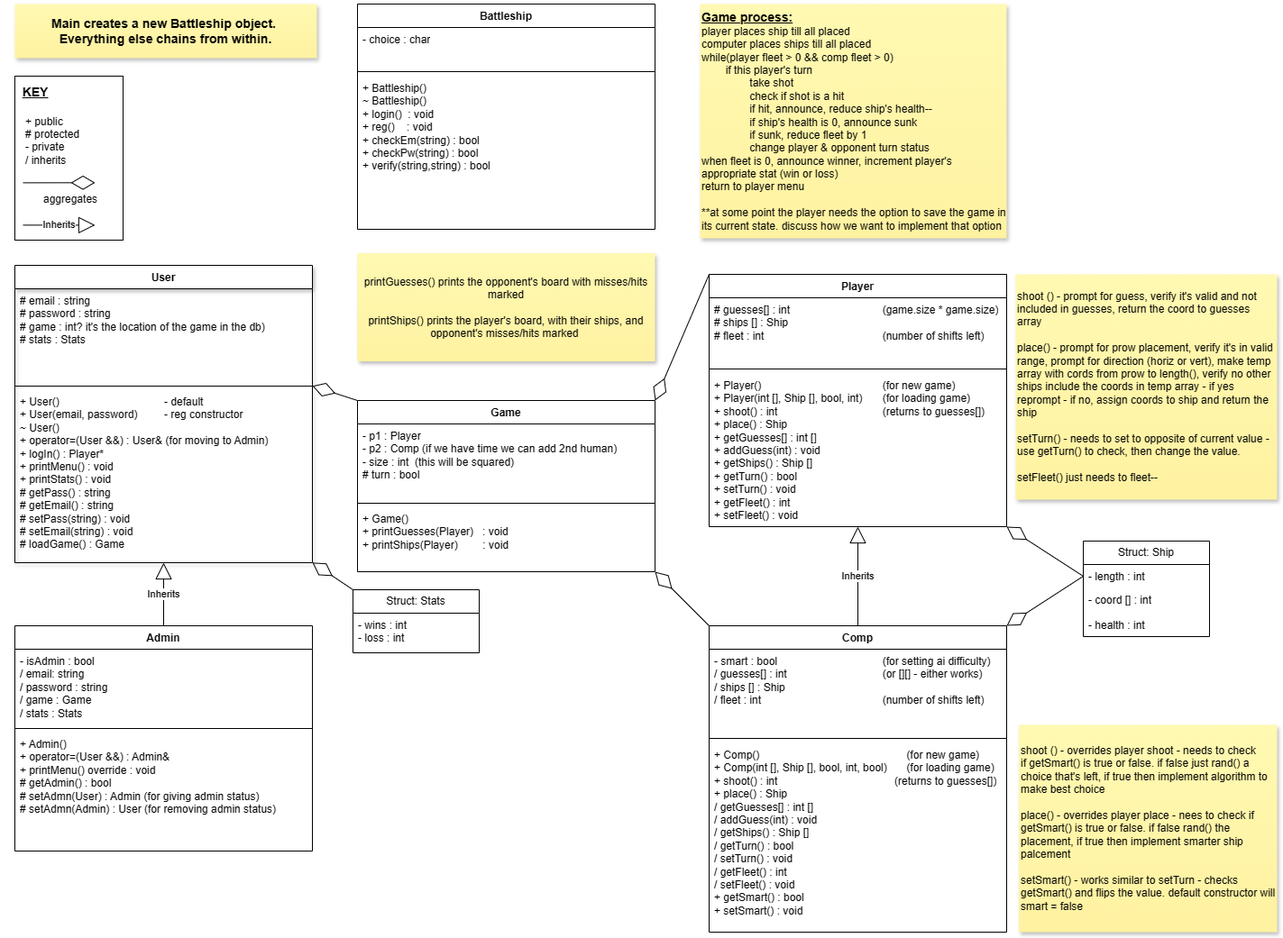
This is BattleshipClasses.drawio.png from StephaniePeacock/Battleship, a draw.io export, as it was before one commit. Source tidied: cells renumbered, new cells last; positions are measured from the earlier drawing's top-left corner, leaving out a move shared by most shapes.
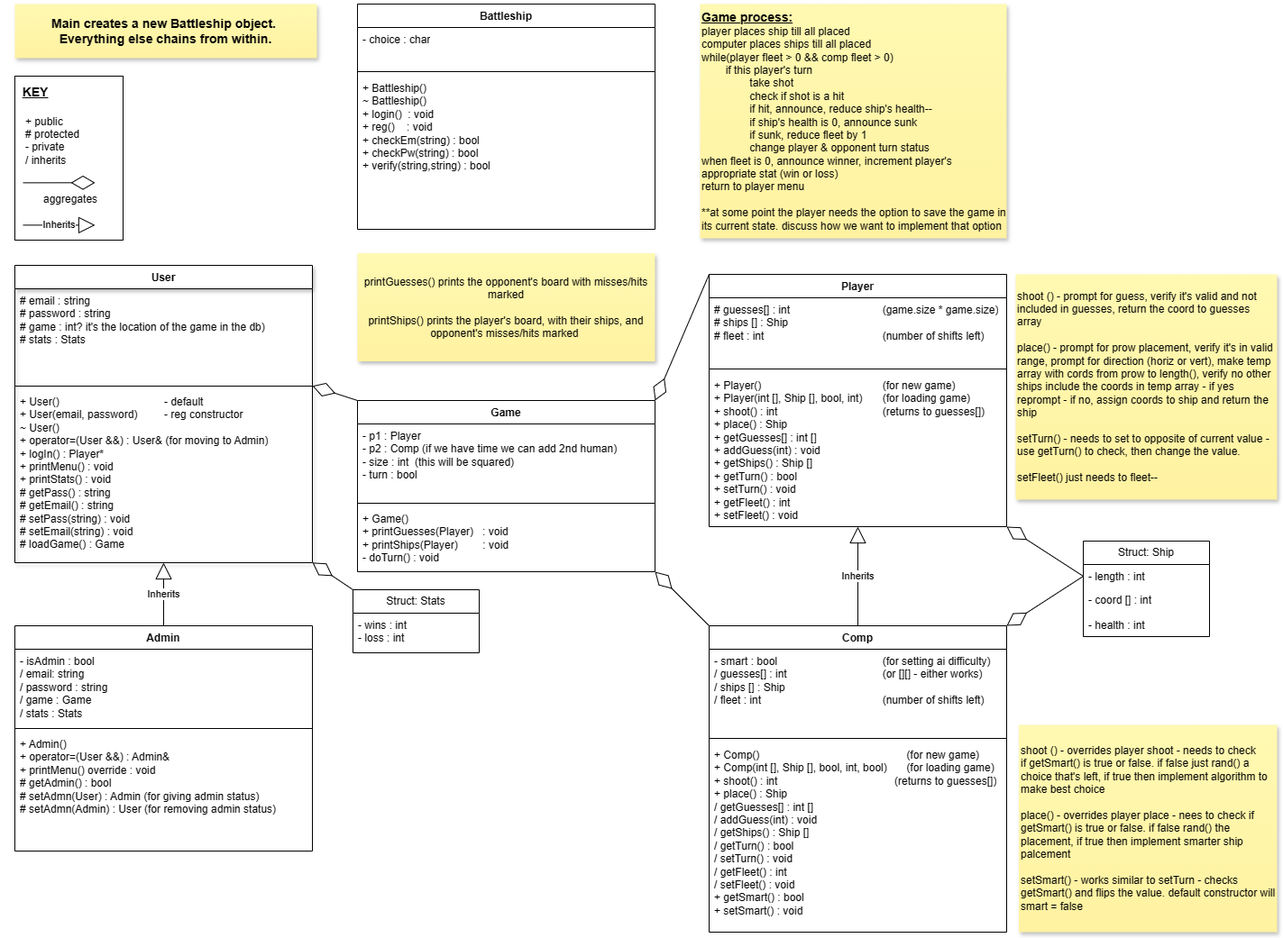
Above is the later version.

Diff of the diagram source:
```diff
@@ -41,13 +41,13 @@
     <mxCell id="14" value="Game" style="swimlane;fontStyle=1;align=center;verticalAlign=top;horizontal=1;startSize=26;whiteSpace=wrap;html=1;" parent="1" vertex="1">
       <mxGeometry x="380" y="440" width="330" height="190" as="geometry" />
     </mxCell>
-    <mxCell id="15" value="&lt;span style=&quot;background-color: initial;&quot;&gt;- p1 : Player&lt;/span&gt;&lt;div&gt;&lt;span style=&quot;background-color: initial;&quot;&gt;- p2 : Comp (if we have time we can add 2nd human)&lt;/span&gt;&lt;/div&gt;&lt;div&gt;&lt;span style=&quot;background-color: initial;&quot;&gt;- size : int&amp;nbsp; (this will be squared)&lt;/span&gt;&lt;/div&gt;&lt;div&gt;# turn : bool&lt;span style=&quot;background-color: initial;&quot;&gt;&lt;br&gt;&lt;/span&gt;&lt;/div&gt;&lt;div&gt;&lt;br&gt;&lt;/div&gt;" style="text;strokeColor=none;fillColor=none;align=left;verticalAlign=top;spacingLeft=4;spacingRight=4;overflow=hidden;whiteSpace=wrap;html=1;" parent="14" vertex="1">
+    <mxCell id="15" value="&lt;span style=&quot;background-color: initial;&quot;&gt;- p1 : Player&lt;/span&gt;&lt;div&gt;&lt;span style=&quot;background-color: initial;&quot;&gt;- p2 : Comp (if we have time we can add 2nd human)&lt;/span&gt;&lt;/div&gt;&lt;div&gt;&lt;span style=&quot;background-color: initial;&quot;&gt;- size : int&amp;nbsp; (this will be squared)&lt;/span&gt;&lt;/div&gt;&lt;div&gt;- turn : bool&lt;/div&gt;" style="text;strokeColor=none;fillColor=none;align=left;verticalAlign=top;spacingLeft=4;spacingRight=4;overflow=hidden;whiteSpace=wrap;html=1;" parent="14" vertex="1">
       <mxGeometry y="26" width="330" height="84" as="geometry" />
     </mxCell>
     <mxCell id="16" style="line;strokeWidth=1;fillColor=none;align=left;verticalAlign=middle;spacingTop=-1;spacingLeft=3;spacingRight=3;labelPosition=right;strokeColor=inherit;" parent="14" vertex="1">
       <mxGeometry y="110" width="330" height="8" as="geometry" />
     </mxCell>
-    <mxCell id="17" value="+ Game()&lt;br&gt;+ printGuesses(Player)&amp;nbsp; &amp;nbsp;: void&lt;div&gt;+ printShips(Player)&lt;span style=&quot;white-space: pre;&quot;&gt;&#9;&lt;/span&gt;: void&lt;/div&gt;" style="text;strokeColor=none;fillColor=none;align=left;verticalAlign=top;spacingLeft=4;spacingRight=4;overflow=hidden;points=[[0,0.5],[1,0.5]];portConstraint=eastwest;whiteSpace=wrap;html=1;" parent="14" vertex="1">
+    <mxCell id="17" value="+ Game()&lt;br&gt;+ printGuesses(Player)&amp;nbsp; &amp;nbsp;: void&lt;div&gt;+ printShips(Player)&lt;span style=&quot;white-space: pre;&quot;&gt;&#9;&lt;/span&gt;: void&lt;/div&gt;&lt;div&gt;- doTurn() : void&lt;/div&gt;" style="text;strokeColor=none;fillColor=none;align=left;verticalAlign=top;spacingLeft=4;spacingRight=4;overflow=hidden;points=[[0,0.5],[1,0.5]];portConstraint=eastwest;whiteSpace=wrap;html=1;" parent="14" vertex="1">
       <mxGeometry y="118" width="330" height="72" as="geometry" />
     </mxCell>
     <mxCell id="18" value="Struct: Ship" style="swimlane;fontStyle=0;horizontal=1;startSize=26;fillColor=none;whiteSpace=wrap;html=1;" parent="1" vertex="1">
```
